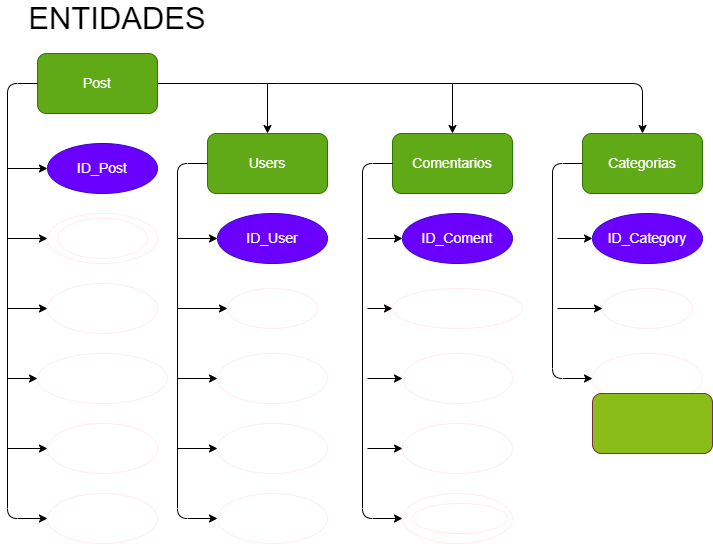
The draw.io diagram Base_de_datos_desde_0/1-Fundamentos_de_DataBase/proyect/Diagrama_ER_post.drawio.png in JosePabonmejia/Back_END, before a commit. Source tidied: cells renumbered, new cells last; positions are measured from the earlier drawing's top-left corner, leaving out a move shared by most shapes.
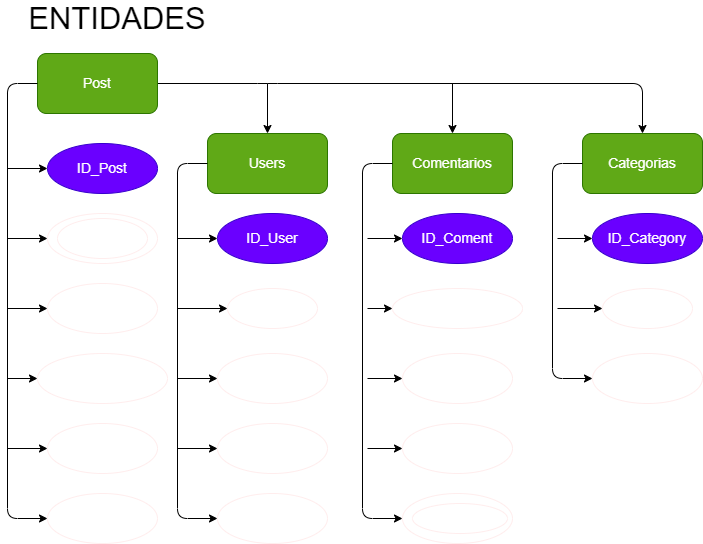
After the change.

Commit message:
diagrama fisico

Change to the diagram source:
```diff
@@ -205,9 +205,6 @@
         <mxPoint x="260" y="80" as="sourcePoint" />
       </mxGeometry>
     </mxCell>
-    <mxCell id="49" style="rounded=1;whiteSpace=wrap;html=1;labelBackgroundColor=none;strokeColor=#763037;fontSize=14;fillColor=#8BBD19;" parent="1" vertex="1">
-      <mxGeometry x="585" y="390" width="120" height="60" as="geometry" />
-    </mxCell>
     <mxCell id="50" value="ENTIDADES" style="text;html=1;strokeColor=none;fillColor=none;align=center;verticalAlign=middle;whiteSpace=wrap;rounded=0;labelBackgroundColor=none;fontSize=31;" parent="1" vertex="1">
       <mxGeometry x="80" width="60" height="30" as="geometry" />
     </mxCell>
```
